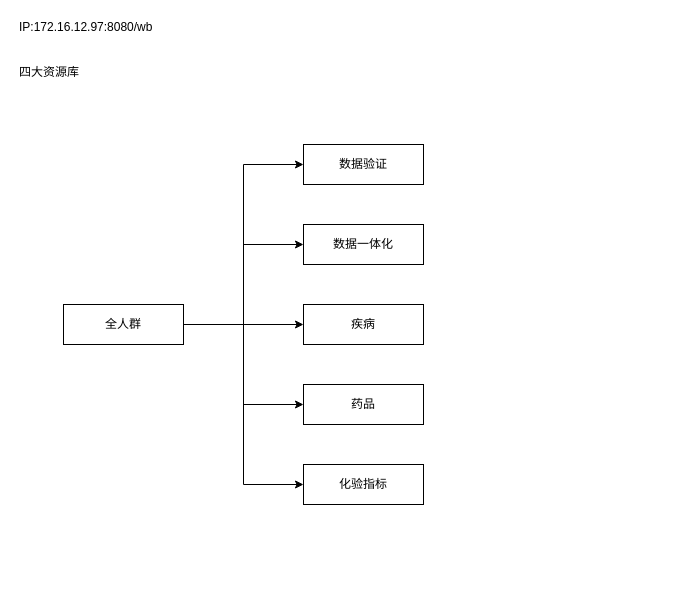
wychytu/drawio keeps this draw.io diagram as page "全人群" (2 of 3) of 康评系统演示.drawio. Above is the earlier version. Source tidied: cells renumbered, new cells numbered last; positions are measured from the earlier drawing's top-left corner, leaving out a move shared by most shapes. Both pictures are drawn from the tidied source at 100%, with x=0, y=0 at pixel (17, 17).
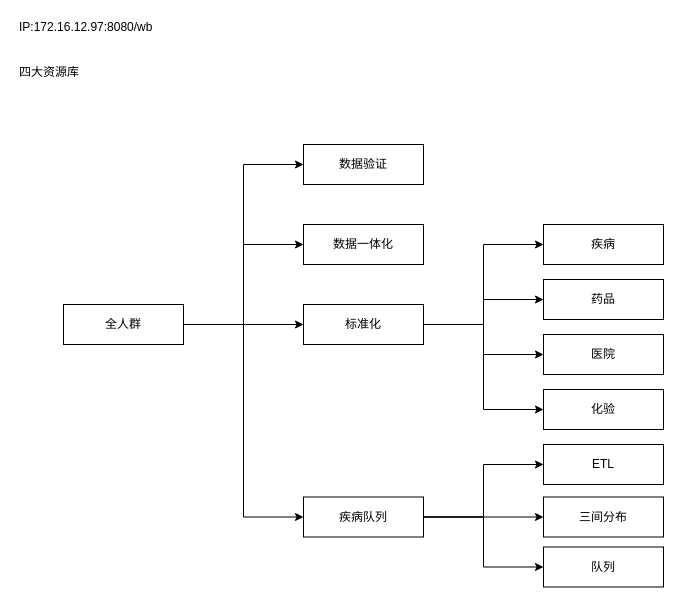
The same page after the edit.

Unchanged cells that the change refers to:
```xml
<mxCell id="7" value="全人群" style="rounded=0;whiteSpace=wrap;html=1;" parent="1" vertex="1">
  <mxGeometry x="46" y="287" width="120" height="40" as="geometry" />
</mxCell>
```

The edit, as a diff of the source:
```diff
@@
-    <mxCell id="5" style="edgeStyle=orthogonalEdgeStyle;rounded=0;jettySize=auto;html=1;exitX=1;exitY=0.5;exitDx=0;exitDy=0;entryX=0;entryY=0.5;entryDx=0;entryDy=0;" parent="1" edge="1" source="7" target="10">
-      <mxGeometry relative="1" as="geometry" />
-    </mxCell>
@@
     <mxCell id="10" value="药品" style="rounded=0;whiteSpace=wrap;html=1;" parent="1" vertex="1">
-      <mxGeometry x="286" y="367" width="120" height="40" as="geometry" />
+      <mxGeometry x="526" y="262" width="120" height="40" as="geometry" />
     </mxCell>
+    <mxCell id="15" style="edgeStyle=orthogonalEdgeStyle;rounded=0;jettySize=auto;html=1;exitX=1;exitY=0.5;exitDx=0;exitDy=0;entryX=0;entryY=0.5;entryDx=0;entryDy=0;" parent="1" edge="1" source="11" target="22">
+      <mxGeometry relative="1" as="geometry" />
+    </mxCell>
+    <mxCell id="16" style="edgeStyle=orthogonalEdgeStyle;rounded=0;jettySize=auto;html=1;exitX=1;exitY=0.5;exitDx=0;exitDy=0;" parent="1" edge="1" source="11" target="10">
+      <mxGeometry relative="1" as="geometry" />
+    </mxCell>
+    <mxCell id="17" style="edgeStyle=orthogonalEdgeStyle;rounded=0;jettySize=auto;html=1;exitX=1;exitY=0.5;exitDx=0;exitDy=0;" parent="1" edge="1" source="11" target="23">
+      <mxGeometry relative="1" as="geometry" />
+    </mxCell>
+    <mxCell id="18" style="edgeStyle=orthogonalEdgeStyle;rounded=0;jettySize=auto;html=1;exitX=1;exitY=0.5;exitDx=0;exitDy=0;entryX=0;entryY=0.5;entryDx=0;entryDy=0;" parent="1" edge="1" source="11" target="24">
+      <mxGeometry relative="1" as="geometry" />
+    </mxCell>
-    <mxCell id="11" value="疾病" style="rounded=0;whiteSpace=wrap;html=1;" parent="1" vertex="1">
+    <mxCell id="11" value="标准化" style="rounded=0;whiteSpace=wrap;html=1;" parent="1" vertex="1">
       <mxGeometry x="286" y="287" width="120" height="40" as="geometry" />
     </mxCell>
+    <mxCell id="19" style="edgeStyle=orthogonalEdgeStyle;rounded=0;jettySize=auto;html=1;exitX=1;exitY=0.5;exitDx=0;exitDy=0;entryX=0;entryY=0.5;entryDx=0;entryDy=0;" parent="1" edge="1" source="12" target="25">
+      <mxGeometry relative="1" as="geometry" />
+    </mxCell>
+    <mxCell id="20" style="edgeStyle=orthogonalEdgeStyle;rounded=0;jettySize=auto;html=1;exitX=1;exitY=0.5;exitDx=0;exitDy=0;entryX=0;entryY=0.5;entryDx=0;entryDy=0;" parent="1" edge="1" source="12" target="26">
+      <mxGeometry relative="1" as="geometry" />
+    </mxCell>
+    <mxCell id="21" style="edgeStyle=orthogonalEdgeStyle;rounded=0;jettySize=auto;html=1;exitX=1;exitY=0.5;exitDx=0;exitDy=0;entryX=0;entryY=0.5;entryDx=0;entryDy=0;" parent="1" edge="1" source="12" target="27">
+      <mxGeometry relative="1" as="geometry" />
+    </mxCell>
-    <mxCell id="12" value="化验指标" style="rounded=0;whiteSpace=wrap;html=1;" parent="1" vertex="1">
-      <mxGeometry x="286" y="447" width="120" height="40" as="geometry" />
+    <mxCell id="12" value="疾病队列" style="rounded=0;whiteSpace=wrap;html=1;" parent="1" vertex="1">
+      <mxGeometry x="286" y="479.5" width="120" height="40" as="geometry" />
     </mxCell>
@@
+    <mxCell id="22" value="疾病" style="rounded=0;whiteSpace=wrap;html=1;" parent="1" vertex="1">
+      <mxGeometry x="526" y="207" width="120" height="40" as="geometry" />
+    </mxCell>
+    <mxCell id="23" value="医院" style="rounded=0;whiteSpace=wrap;html=1;" parent="1" vertex="1">
+      <mxGeometry x="526" y="317" width="120" height="40" as="geometry" />
+    </mxCell>
+    <mxCell id="24" value="化验" style="rounded=0;whiteSpace=wrap;html=1;" parent="1" vertex="1">
+      <mxGeometry x="526" y="372" width="120" height="40" as="geometry" />
+    </mxCell>
+    <mxCell id="25" value="ETL" style="rounded=0;whiteSpace=wrap;html=1;" parent="1" vertex="1">
+      <mxGeometry x="526" y="427" width="120" height="40" as="geometry" />
+    </mxCell>
+    <mxCell id="26" value="三间分布" style="rounded=0;whiteSpace=wrap;html=1;" parent="1" vertex="1">
+      <mxGeometry x="526" y="479.5" width="120" height="40" as="geometry" />
+    </mxCell>
+    <mxCell id="27" value="队列" style="rounded=0;whiteSpace=wrap;html=1;" parent="1" vertex="1">
+      <mxGeometry x="526" y="529.5" width="120" height="40" as="geometry" />
+    </mxCell>
```
